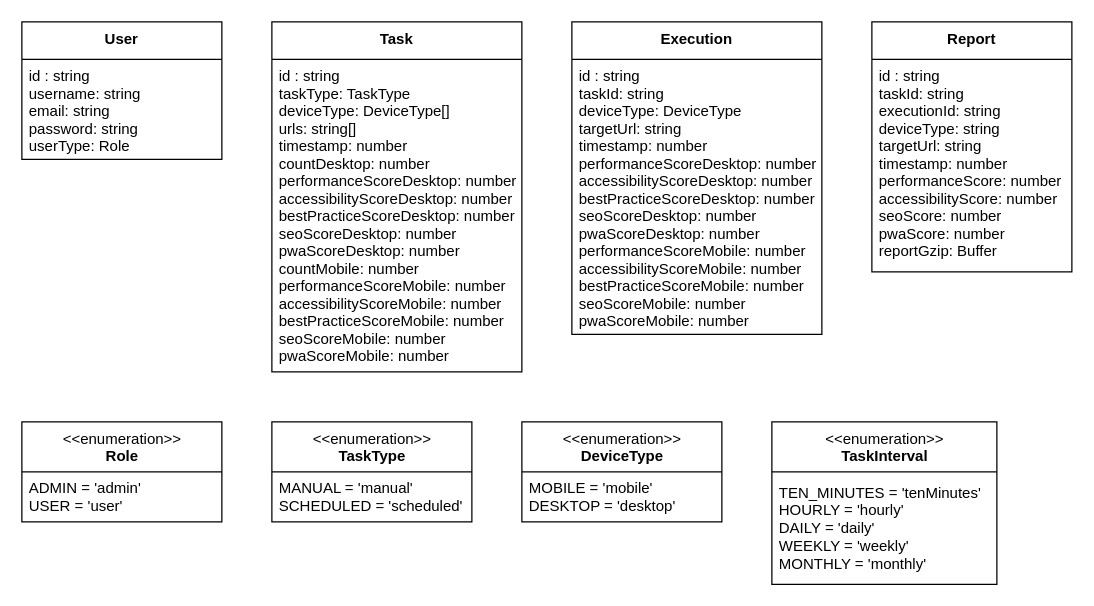
alcotronic/lighthouse-automation keeps this draw.io diagram as page "BackendDomain" (1 of 4) of lighthouse-automation.drawio. Above is the earlier version. Source tidied: cells renumbered, new cells numbered last; positions are measured from the earlier drawing's top-left corner, leaving out a move shared by most shapes. Both pictures are drawn from the tidied source at 125%, with x=0, y=0 at pixel (21, 21).
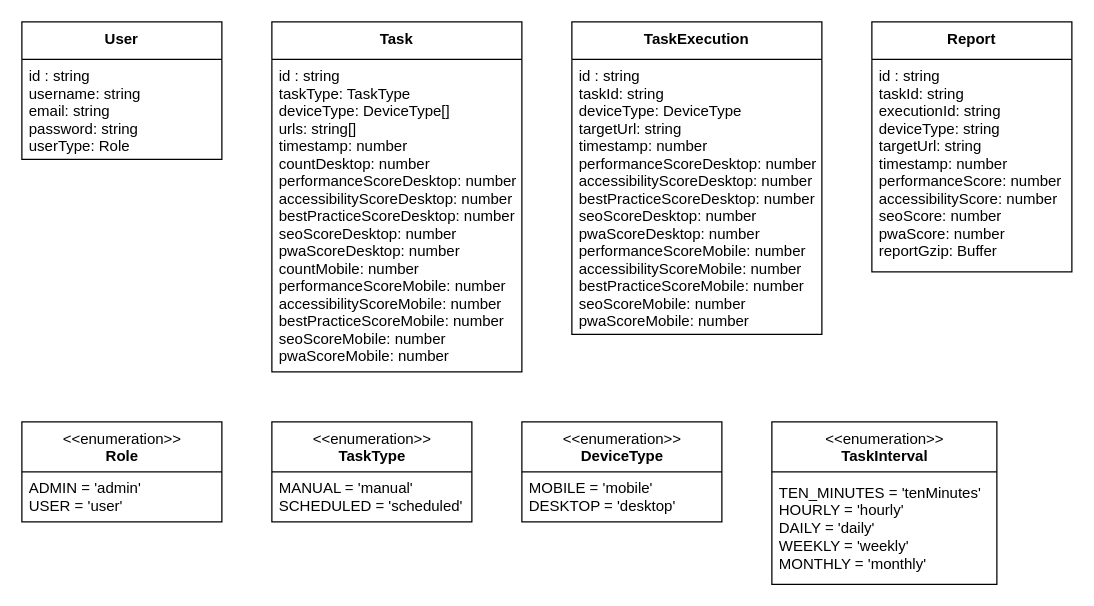
After the change.

Diff of the diagram source:
```diff
@@
 <mxGraphModel>
   <root>
     <mxCell id="0" />
     <mxCell id="1" parent="0" />
     <mxCell id="2" value="User" style="swimlane;fontStyle=1;align=center;verticalAlign=top;horizontal=1;startSize=30;" parent="1" vertex="1">
       <mxGeometry width="160" height="110" as="geometry" />
     </mxCell>
     <mxCell id="3" value="id : string&#10;username: string&#10;email: string&#10;password: string&#10;userType: Role" style="text;strokeColor=none;fillColor=none;align=left;verticalAlign=top;spacingLeft=4;spacingRight=4;overflow=hidden;" parent="2" vertex="1">
       <mxGeometry y="30" width="160" height="80" as="geometry" />
     </mxCell>
     <mxCell id="4" value="Report" style="swimlane;fontStyle=1;align=center;verticalAlign=top;horizontal=1;startSize=30;" parent="1" vertex="1">
       <mxGeometry x="680" width="160" height="200" as="geometry" />
     </mxCell>
     <mxCell id="5" value="id : string&#10;taskId: string&#10;executionId: string&#10;deviceType: string&#10;targetUrl: string&#10;timestamp: number&#10;performanceScore: number&#10;accessibilityScore: number&#10;seoScore: number&#10;pwaScore: number&#10;reportGzip: Buffer" style="text;strokeColor=none;fillColor=none;align=left;verticalAlign=top;spacingLeft=4;spacingRight=4;overflow=hidden;" parent="4" vertex="1">
       <mxGeometry y="30" width="160" height="170" as="geometry" />
     </mxCell>
-    <mxCell id="6" value="Execution" style="swimlane;fontStyle=1;align=center;verticalAlign=top;horizontal=1;startSize=30;" parent="1" vertex="1">
+    <mxCell id="6" value="TaskExecution" style="swimlane;fontStyle=1;align=center;verticalAlign=top;horizontal=1;startSize=30;" parent="1" vertex="1">
       <mxGeometry x="440" width="200" height="250" as="geometry" />
     </mxCell>
     <mxCell id="7" value="id : string&#10;taskId: string&#10;deviceType: DeviceType&#10;targetUrl: string&#10;timestamp: number&#10;performanceScoreDesktop: number&#10;accessibilityScoreDesktop: number&#10;bestPracticeScoreDesktop: number&#10;seoScoreDesktop: number&#10;pwaScoreDesktop: number&#10;performanceScoreMobile: number&#10;accessibilityScoreMobile: number&#10;bestPracticeScoreMobile: number&#10;seoScoreMobile: number&#10;pwaScoreMobile: number" style="text;strokeColor=none;fillColor=none;align=left;verticalAlign=top;spacingLeft=4;spacingRight=4;overflow=hidden;" parent="6" vertex="1">
       <mxGeometry y="30" width="200" height="220" as="geometry" />
     </mxCell>
     <mxCell id="8" value="&amp;lt;&amp;lt;enumeration&amp;gt;&amp;gt;&lt;br&gt;&lt;b&gt;TaskType&lt;br&gt;&lt;/b&gt;" style="swimlane;fontStyle=0;align=center;verticalAlign=top;horizontal=1;startSize=40;html=1;" parent="1" vertex="1">
       <mxGeometry x="200" y="320" width="160" height="80" as="geometry" />
     </mxCell>
     <mxCell id="9" value="MANUAL = 'manual'&lt;br&gt;SCHEDULED = 'scheduled'" style="text;html=1;strokeColor=none;fillColor=none;align=left;verticalAlign=middle;spacingLeft=4;spacingRight=4;overflow=hidden;" parent="8" vertex="1">
       <mxGeometry y="40" width="160" height="40" as="geometry" />
     </mxCell>
     <mxCell id="10" value="&amp;lt;&amp;lt;enumeration&amp;gt;&amp;gt;&lt;br&gt;&lt;b&gt;DeviceType&lt;br&gt;&lt;/b&gt;" style="swimlane;fontStyle=0;align=center;verticalAlign=top;horizontal=1;startSize=40;html=1;" parent="1" vertex="1">
       <mxGeometry x="400" y="320" width="160" height="80" as="geometry" />
     </mxCell>
     <mxCell id="11" value="MOBILE = 'mobile'&lt;br&gt;DESKTOP = 'desktop'" style="text;html=1;strokeColor=none;fillColor=none;align=left;verticalAlign=middle;spacingLeft=4;spacingRight=4;overflow=hidden;" parent="10" vertex="1">
       <mxGeometry y="40" width="160" height="40" as="geometry" />
     </mxCell>
     <mxCell id="12" value="&amp;lt;&amp;lt;enumeration&amp;gt;&amp;gt;&lt;br&gt;&lt;b&gt;TaskInterval&lt;br&gt;&lt;/b&gt;" style="swimlane;fontStyle=0;align=center;verticalAlign=top;horizontal=1;startSize=40;html=1;" parent="1" vertex="1">
       <mxGeometry x="600" y="320" width="180" height="130" as="geometry" />
     </mxCell>
     <mxCell id="13" value="TEN_MINUTES = 'tenMinutes'&lt;br&gt;HOURLY = 'hourly'&lt;br&gt;DAILY = 'daily'&lt;br&gt;WEEKLY = 'weekly'&lt;br&gt;MONTHLY = 'monthly'" style="text;html=1;strokeColor=none;fillColor=none;align=left;verticalAlign=middle;spacingLeft=4;spacingRight=4;overflow=hidden;" parent="12" vertex="1">
       <mxGeometry y="40" width="180" height="90" as="geometry" />
     </mxCell>
     <mxCell id="14" value="Task" style="swimlane;fontStyle=1;align=center;verticalAlign=top;horizontal=1;startSize=30;" parent="1" vertex="1">
       <mxGeometry x="200" width="200" height="280" as="geometry" />
     </mxCell>
     <mxCell id="15" value="id : string&#10;taskType: TaskType&#10;deviceType: DeviceType[]&#10;urls: string[]&#10;timestamp: number&#10;countDesktop: number&#10;performanceScoreDesktop: number&#10;accessibilityScoreDesktop: number&#10;bestPracticeScoreDesktop: number&#10;seoScoreDesktop: number&#10;pwaScoreDesktop: number&#10;countMobile: number&#10;performanceScoreMobile: number&#10;accessibilityScoreMobile: number&#10;bestPracticeScoreMobile: number&#10;seoScoreMobile: number&#10;pwaScoreMobile: number" style="text;strokeColor=none;fillColor=none;align=left;verticalAlign=top;spacingLeft=4;spacingRight=4;overflow=hidden;" parent="14" vertex="1">
       <mxGeometry y="30" width="200" height="250" as="geometry" />
     </mxCell>
     <mxCell id="16" value="&amp;lt;&amp;lt;enumeration&amp;gt;&amp;gt;&lt;br&gt;&lt;b&gt;Role&lt;br&gt;&lt;/b&gt;" style="swimlane;fontStyle=0;align=center;verticalAlign=top;horizontal=1;startSize=40;html=1;" parent="1" vertex="1">
       <mxGeometry y="320" width="160" height="80" as="geometry" />
     </mxCell>
     <mxCell id="17" value="ADMIN = 'admin'&lt;br&gt;USER = 'user'" style="text;html=1;strokeColor=none;fillColor=none;align=left;verticalAlign=middle;spacingLeft=4;spacingRight=4;overflow=hidden;" parent="16" vertex="1">
       <mxGeometry y="40" width="160" height="40" as="geometry" />
     </mxCell>
   </root>
 </mxGraphModel>
```
